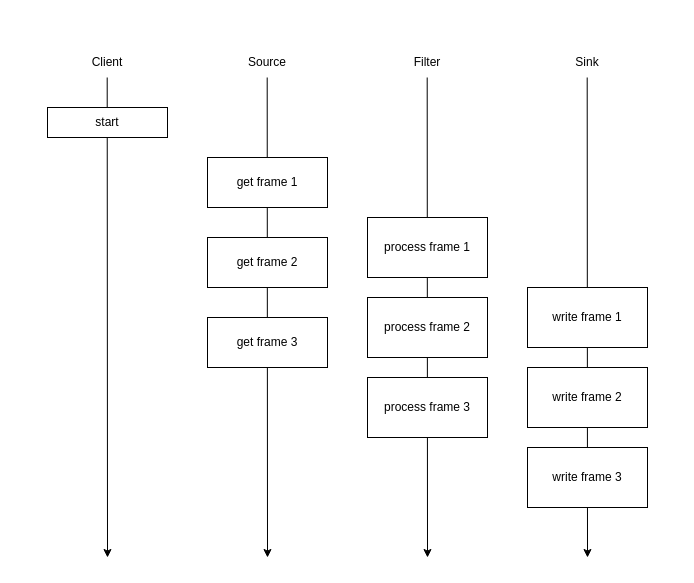
Before: acquire-threads.drawio in andy-sweet/diagrams, a draw.io diagram. Source tidied: cells renumbered, new cells numbered last; positions are measured from the earlier drawing's top-left corner, leaving out a move shared by most shapes. Both pictures are drawn from the tidied source at 100%, with x=0, y=0 at pixel (47, 47).
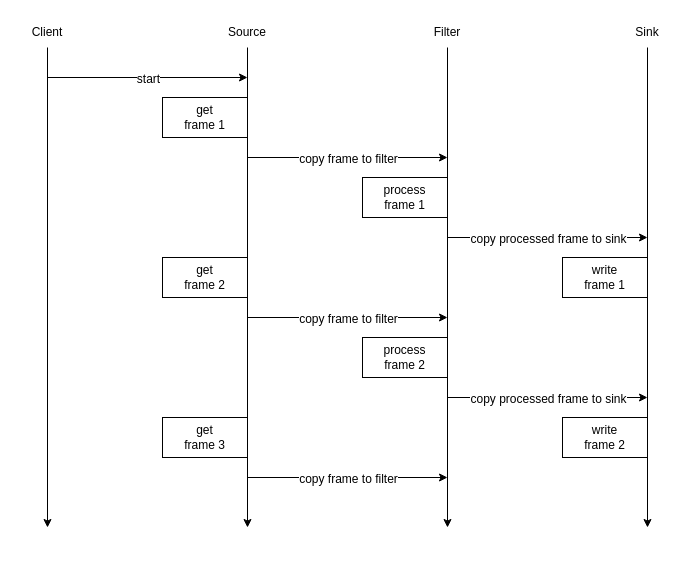
Above is the later version.

What changed in the source:
```diff
@@
     <mxCell id="2" style="endArrow=classic;html=1;rounded=0;" parent="1" edge="1">
       <mxGeometry relative="1" as="geometry">
-        <mxPoint x="219.7" y="30" as="sourcePoint" />
-        <mxPoint x="220" y="510" as="targetPoint" />
+        <mxPoint x="200" as="sourcePoint" />
+        <mxPoint x="200" y="480" as="targetPoint" />
       </mxGeometry>
     </mxCell>
     <mxCell id="3" style="endArrow=classic;html=1;rounded=0;" parent="1" edge="1">
       <mxGeometry relative="1" as="geometry">
-        <mxPoint x="539.7" y="30" as="sourcePoint" />
-        <mxPoint x="540" y="510" as="targetPoint" />
+        <mxPoint x="600" as="sourcePoint" />
+        <mxPoint x="600" y="480" as="targetPoint" />
       </mxGeometry>
     </mxCell>
     <mxCell id="4" style="endArrow=classic;html=1;rounded=0;" parent="1" edge="1">
       <mxGeometry relative="1" as="geometry">
-        <mxPoint x="379.7" y="30" as="sourcePoint" />
-        <mxPoint x="380" y="510" as="targetPoint" />
+        <mxPoint x="400" as="sourcePoint" />
+        <mxPoint x="400" y="480" as="targetPoint" />
       </mxGeometry>
     </mxCell>
     <mxCell id="5" style="endArrow=classic;html=1;rounded=0;" parent="1" edge="1">
       <mxGeometry relative="1" as="geometry">
-        <mxPoint x="59.7" y="30" as="sourcePoint" />
-        <mxPoint x="60" y="510" as="targetPoint" />
+        <mxPoint as="sourcePoint" />
+        <mxPoint y="480" as="targetPoint" />
       </mxGeometry>
     </mxCell>
+    <mxCell id="11" value="process&lt;br&gt;frame 1" style="rounded=0;whiteSpace=wrap;html=1;align=center;" parent="1" vertex="1">
+      <mxGeometry x="315" y="130" width="85" height="40" as="geometry" />
+    </mxCell>
+    <mxCell id="13" value="get&lt;br&gt;frame 1" style="rounded=0;whiteSpace=wrap;html=1;" parent="1" vertex="1">
+      <mxGeometry x="115" y="50" width="85" height="40" as="geometry" />
+    </mxCell>
+    <mxCell id="20" style="endArrow=classic;html=1;rounded=0;" parent="1" edge="1">
+      <mxGeometry relative="1" as="geometry">
+        <mxPoint y="30" as="sourcePoint" />
+        <mxPoint x="200" y="30" as="targetPoint" />
+      </mxGeometry>
+    </mxCell>
+    <mxCell id="10" value="&lt;font style=&quot;font-size: 12px;&quot;&gt;start&lt;/font&gt;" style="edgeLabel;html=1;align=center;verticalAlign=middle;" parent="20" vertex="1">
+      <mxGeometry x="0.37" y="-1" relative="1" as="geometry">
+        <mxPoint x="-37" as="offset" />
+      </mxGeometry>
+    </mxCell>
+    <mxCell id="21" style="endArrow=classic;html=1;rounded=0;" parent="1" edge="1">
+      <mxGeometry relative="1" as="geometry">
+        <mxPoint x="200" y="110" as="sourcePoint" />
+        <mxPoint x="400" y="110" as="targetPoint" />
+      </mxGeometry>
+    </mxCell>
+    <mxCell id="22" value="&lt;font style=&quot;font-size: 12px;&quot;&gt;copy frame to filter&lt;/font&gt;" style="edgeLabel;html=1;align=center;verticalAlign=middle;" parent="21" vertex="1">
+      <mxGeometry x="0.37" y="-1" relative="1" as="geometry">
+        <mxPoint x="-37" as="offset" />
+      </mxGeometry>
+    </mxCell>
+    <mxCell id="23" style="endArrow=classic;html=1;rounded=0;" parent="1" edge="1">
+      <mxGeometry relative="1" as="geometry">
+        <mxPoint x="400" y="190" as="sourcePoint" />
+        <mxPoint x="600" y="190" as="targetPoint" />
+      </mxGeometry>
+    </mxCell>
+    <mxCell id="24" value="&lt;font style=&quot;font-size: 12px;&quot;&gt;copy processed frame to sink&lt;/font&gt;" style="edgeLabel;html=1;align=center;verticalAlign=middle;" parent="23" vertex="1">
+      <mxGeometry x="0.37" y="-1" relative="1" as="geometry">
+        <mxPoint x="-37" as="offset" />
+      </mxGeometry>
+    </mxCell>
+    <mxCell id="14" value="get&lt;br&gt;frame 2" style="rounded=0;whiteSpace=wrap;html=1;" parent="1" vertex="1">
+      <mxGeometry x="115" y="210" width="85" height="40" as="geometry" />
+    </mxCell>
+    <mxCell id="12" value="write&lt;br&gt;frame 1" style="rounded=0;whiteSpace=wrap;html=1;" parent="1" vertex="1">
+      <mxGeometry x="515" y="210" width="85" height="40" as="geometry" />
+    </mxCell>
+    <mxCell id="25" style="endArrow=classic;html=1;rounded=0;" parent="1" edge="1">
+      <mxGeometry relative="1" as="geometry">
+        <mxPoint x="200" y="270" as="sourcePoint" />
+        <mxPoint x="400" y="270" as="targetPoint" />
+      </mxGeometry>
+    </mxCell>
+    <mxCell id="26" value="&lt;font style=&quot;font-size: 12px;&quot;&gt;copy frame to filter&lt;/font&gt;" style="edgeLabel;html=1;align=center;verticalAlign=middle;" parent="25" vertex="1">
+      <mxGeometry x="0.37" y="-1" relative="1" as="geometry">
+        <mxPoint x="-37" as="offset" />
+      </mxGeometry>
+    </mxCell>
+    <mxCell id="16" value="process&lt;br&gt;frame 2" style="rounded=0;whiteSpace=wrap;html=1;align=center;" parent="1" vertex="1">
+      <mxGeometry x="315" y="290" width="85" height="40" as="geometry" />
+    </mxCell>
+    <mxCell id="18" value="write&lt;br&gt;frame 2" style="rounded=0;whiteSpace=wrap;html=1;" parent="1" vertex="1">
+      <mxGeometry x="515" y="370" width="85" height="40" as="geometry" />
+    </mxCell>
+    <mxCell id="27" style="endArrow=classic;html=1;rounded=0;" parent="1" edge="1">
+      <mxGeometry relative="1" as="geometry">
+        <mxPoint x="400" y="350" as="sourcePoint" />
+        <mxPoint x="600" y="350" as="targetPoint" />
+      </mxGeometry>
+    </mxCell>
+    <mxCell id="28" value="&lt;font style=&quot;font-size: 12px;&quot;&gt;copy processed frame to sink&lt;/font&gt;" style="edgeLabel;html=1;align=center;verticalAlign=middle;" parent="27" vertex="1">
+      <mxGeometry x="0.37" y="-1" relative="1" as="geometry">
+        <mxPoint x="-37" as="offset" />
+      </mxGeometry>
+    </mxCell>
+    <mxCell id="15" value="get&lt;br&gt;frame 3" style="rounded=0;whiteSpace=wrap;html=1;" parent="1" vertex="1">
+      <mxGeometry x="115" y="370" width="85" height="40" as="geometry" />
+    </mxCell>
+    <mxCell id="29" style="endArrow=classic;html=1;rounded=0;" parent="1" edge="1">
+      <mxGeometry relative="1" as="geometry">
+        <mxPoint x="200" y="430" as="sourcePoint" />
+        <mxPoint x="400" y="430" as="targetPoint" />
+      </mxGeometry>
+    </mxCell>
+    <mxCell id="30" value="&lt;font style=&quot;font-size: 12px;&quot;&gt;copy frame to filter&lt;/font&gt;" style="edgeLabel;html=1;align=center;verticalAlign=middle;" parent="29" vertex="1">
+      <mxGeometry x="0.37" y="-1" relative="1" as="geometry">
+        <mxPoint x="-37" as="offset" />
+      </mxGeometry>
+    </mxCell>
     <mxCell id="6" value="Client" style="text;html=1;strokeColor=none;fillColor=none;align=center;verticalAlign=middle;whiteSpace=wrap;rounded=0;" parent="1" vertex="1">
-      <mxGeometry x="30" width="60" height="30" as="geometry" />
+      <mxGeometry x="-30" y="-30" width="60" height="30" as="geometry" />
     </mxCell>
     <mxCell id="7" value="Source" style="text;html=1;strokeColor=none;fillColor=none;align=center;verticalAlign=middle;whiteSpace=wrap;rounded=0;" parent="1" vertex="1">
-      <mxGeometry x="190" width="60" height="30" as="geometry" />
+      <mxGeometry x="170" y="-30" width="60" height="30" as="geometry" />
     </mxCell>
     <mxCell id="8" value="Filter" style="text;html=1;strokeColor=none;fillColor=none;align=center;verticalAlign=middle;whiteSpace=wrap;rounded=0;" parent="1" vertex="1">
-      <mxGeometry x="350" width="60" height="30" as="geometry" />
+      <mxGeometry x="370" y="-30" width="60" height="30" as="geometry" />
     </mxCell>
     <mxCell id="9" value="Sink" style="text;html=1;strokeColor=none;fillColor=none;align=center;verticalAlign=middle;whiteSpace=wrap;rounded=0;" parent="1" vertex="1">
-      <mxGeometry x="510" width="60" height="30" as="geometry" />
+      <mxGeometry x="570" y="-30" width="60" height="30" as="geometry" />
     </mxCell>
-    <mxCell id="10" value="start" style="rounded=0;whiteSpace=wrap;html=1;" parent="1" vertex="1">
-      <mxGeometry y="60" width="120" height="30" as="geometry" />
-    </mxCell>
-    <mxCell id="11" value="process frame 1" style="rounded=0;whiteSpace=wrap;html=1;" parent="1" vertex="1">
-      <mxGeometry x="320" y="170" width="120" height="60" as="geometry" />
-    </mxCell>
-    <mxCell id="12" value="write frame 1" style="rounded=0;whiteSpace=wrap;html=1;" parent="1" vertex="1">
-      <mxGeometry x="480" y="240" width="120" height="60" as="geometry" />
-    </mxCell>
-    <mxCell id="13" value="get frame 1" style="rounded=0;whiteSpace=wrap;html=1;" parent="1" vertex="1">
-      <mxGeometry x="160" y="110" width="120" height="50" as="geometry" />
-    </mxCell>
-    <mxCell id="14" value="get frame 2" style="rounded=0;whiteSpace=wrap;html=1;" parent="1" vertex="1">
-      <mxGeometry x="160" y="190" width="120" height="50" as="geometry" />
-    </mxCell>
-    <mxCell id="15" value="get frame 3" style="rounded=0;whiteSpace=wrap;html=1;" parent="1" vertex="1">
-      <mxGeometry x="160" y="270" width="120" height="50" as="geometry" />
-    </mxCell>
-    <mxCell id="16" value="process frame 2" style="rounded=0;whiteSpace=wrap;html=1;" parent="1" vertex="1">
-      <mxGeometry x="320" y="250" width="120" height="60" as="geometry" />
-    </mxCell>
-    <mxCell id="17" value="process frame 3" style="rounded=0;whiteSpace=wrap;html=1;" parent="1" vertex="1">
-      <mxGeometry x="320" y="330" width="120" height="60" as="geometry" />
-    </mxCell>
-    <mxCell id="18" value="write frame 2" style="rounded=0;whiteSpace=wrap;html=1;" parent="1" vertex="1">
-      <mxGeometry x="480" y="320" width="120" height="60" as="geometry" />
-    </mxCell>
-    <mxCell id="19" value="write frame 3" style="rounded=0;whiteSpace=wrap;html=1;" parent="1" vertex="1">
-      <mxGeometry x="480" y="400" width="120" height="60" as="geometry" />
-    </mxCell>
```
